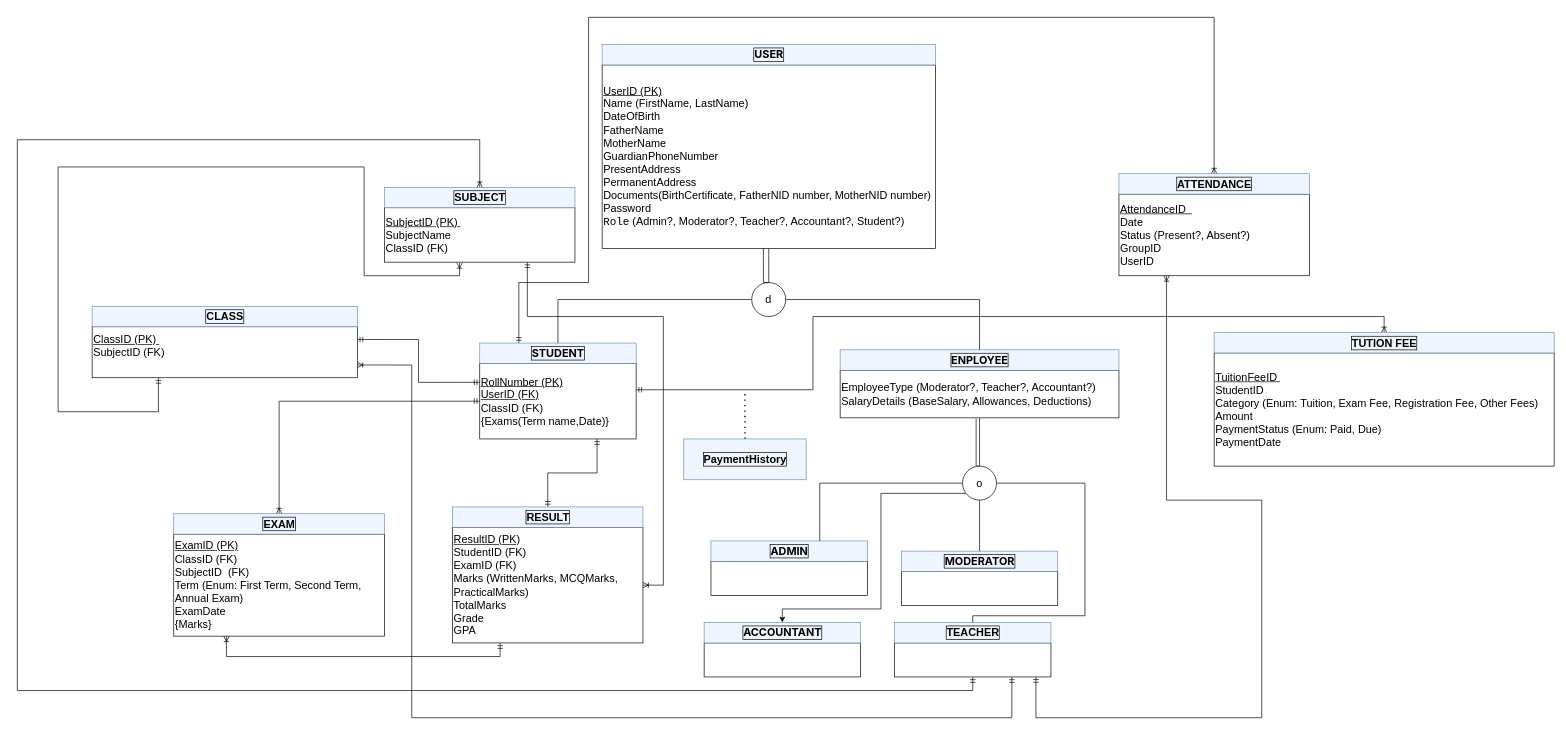
Above: ERD.drawio in Shahduzzaman/School_Management_Web_Application (draw.io), before the change. Source tidied: cells renumbered, new cells numbered last; positions are measured from the earlier drawing's top-left corner, leaving out a move shared by most shapes. Both pictures are drawn from the tidied source at 68%, with x=0, y=0 at pixel (17, 17).
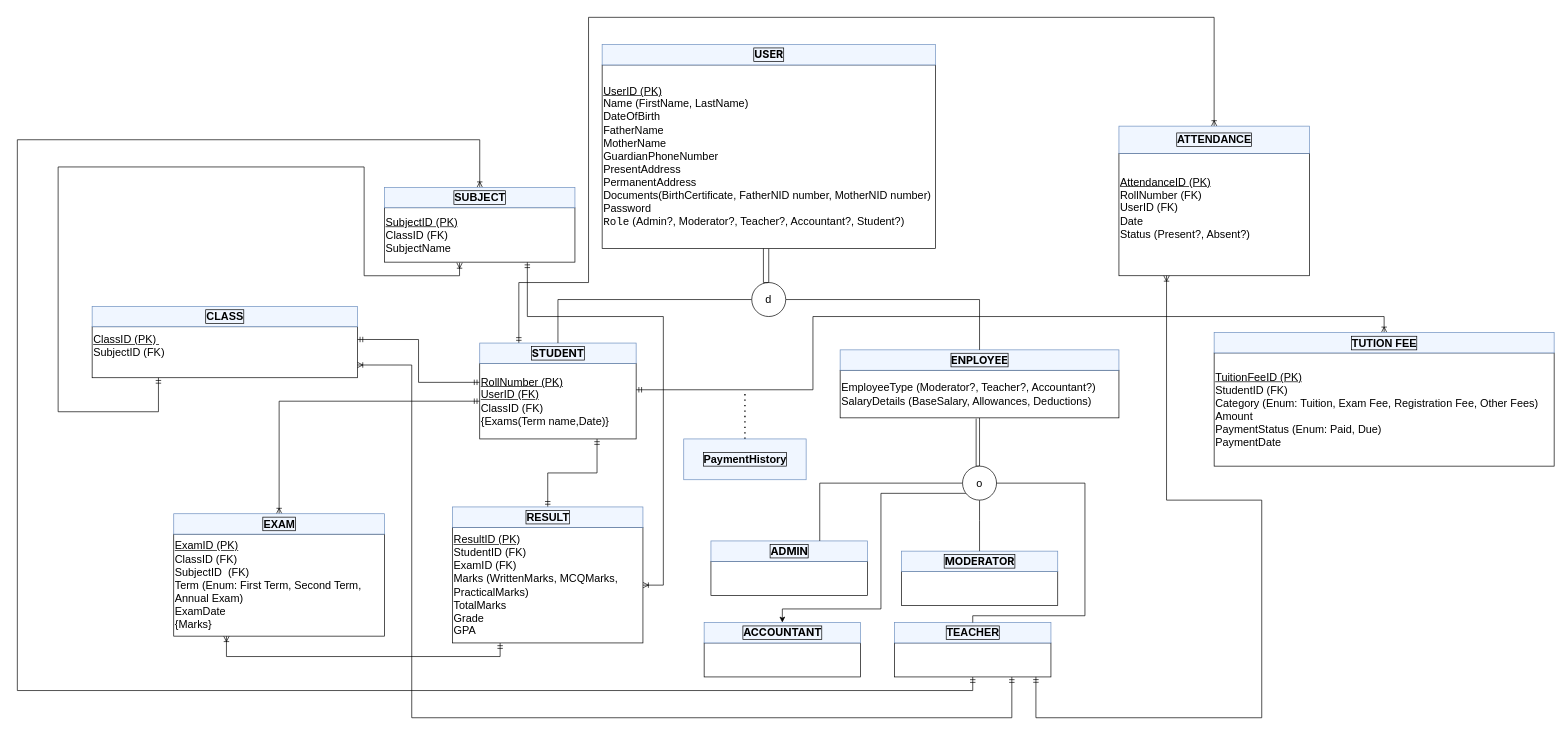
After the change.

The edit, as a diff of the source:
```diff
@@
-    <mxCell id="23" value="&lt;div style=&quot;font-size: 16px;&quot;&gt;&lt;u style=&quot;font-size: 16px;&quot;&gt;SubjectID (PK)&amp;nbsp;&lt;/u&gt;&lt;/div&gt;&lt;div style=&quot;font-size: 16px;&quot;&gt;SubjectName&amp;nbsp;&lt;/div&gt;&lt;div style=&quot;font-size: 16px;&quot;&gt;ClassID (FK)&lt;/div&gt;" style="rounded=0;whiteSpace=wrap;html=1;align=left;fontSize=16;" parent="1" vertex="1">
+    <mxCell id="23" value="&lt;div style=&quot;font-size: 16px;&quot;&gt;&lt;u style=&quot;font-size: 16px;&quot;&gt;SubjectID (PK)&lt;/u&gt;&lt;/div&gt;&lt;div style=&quot;font-size: 16px;&quot;&gt;&lt;span style=&quot;background-color: initial;&quot;&gt;ClassID (FK)&lt;/span&gt;&lt;/div&gt;&lt;div style=&quot;font-size: 16px;&quot;&gt;SubjectName&amp;nbsp;&lt;/div&gt;" style="rounded=0;whiteSpace=wrap;html=1;align=left;fontSize=16;" parent="1" vertex="1">
       <mxGeometry x="540" y="280" width="280" height="80" as="geometry" />
     </mxCell>
@@
-    <mxCell id="25" value="&lt;div style=&quot;font-size: 16px;&quot;&gt;&lt;u style=&quot;font-size: 16px;&quot;&gt;AttendanceID&amp;nbsp;&amp;nbsp;&lt;/u&gt;&lt;/div&gt;&lt;div style=&quot;font-size: 16px;&quot;&gt;Date&amp;nbsp;&lt;/div&gt;&lt;div style=&quot;font-size: 16px;&quot;&gt;Status (Present?, Absent?)&lt;/div&gt;&lt;div style=&quot;font-size: 16px;&quot;&gt;GroupID&amp;nbsp;&amp;nbsp;&lt;/div&gt;&lt;div style=&quot;font-size: 16px;&quot;&gt;UserID&amp;nbsp;&lt;/div&gt;" style="rounded=0;whiteSpace=wrap;html=1;align=left;fontSize=16;" parent="1" vertex="1">
-      <mxGeometry x="1620" y="260" width="280" height="120" as="geometry" />
+    <mxCell id="25" value="&lt;div style=&quot;font-size: 16px;&quot;&gt;&lt;u&gt;AttendanceID (PK)&lt;/u&gt;&lt;br&gt;&lt;/div&gt;&lt;div style=&quot;font-size: 16px;&quot;&gt;RollNumber (FK)&lt;/div&gt;&lt;div style=&quot;font-size: 16px;&quot;&gt;UserID (FK)&lt;/div&gt;&lt;div style=&quot;font-size: 16px;&quot;&gt;Date&amp;nbsp;&lt;/div&gt;&lt;div style=&quot;font-size: 16px;&quot;&gt;Status (Present?, Absent?)&lt;span style=&quot;background-color: initial;&quot;&gt;&amp;nbsp;&amp;nbsp;&lt;/span&gt;&lt;/div&gt;&lt;div style=&quot;font-size: 16px;&quot;&gt;&lt;br&gt;&lt;/div&gt;" style="rounded=0;whiteSpace=wrap;html=1;align=left;fontSize=16;" parent="1" vertex="1">
+      <mxGeometry x="1620" y="200" width="280" height="180" as="geometry" />
     </mxCell>
     <mxCell id="26" value="&lt;div style=&quot;font-size: 16px;&quot;&gt;ATTENDANCE&lt;/div&gt;" style="rounded=0;html=1;fontSize=16;fontStyle=1;align=center;fillColor=#f0f6ff;strokeColor=#6c8ebf;fontColor=#000000;labelBackgroundColor=none;labelBorderColor=default;" parent="1" vertex="1">
-      <mxGeometry x="1620" y="230" width="280" height="30" as="geometry" />
+      <mxGeometry x="1620" y="160" width="280" height="40" as="geometry" />
     </mxCell>
@@
-    <mxCell id="38" value="&lt;div style=&quot;font-size: 16px;&quot;&gt;&lt;u style=&quot;font-size: 16px;&quot;&gt;TuitionFeeID&amp;nbsp;&lt;/u&gt;&lt;/div&gt;&lt;div style=&quot;font-size: 16px;&quot;&gt;StudentID&amp;nbsp;&lt;/div&gt;&lt;div style=&quot;font-size: 16px;&quot;&gt;Category (Enum: Tuition, Exam Fee, Registration Fee, Other Fees)&lt;/div&gt;&lt;div style=&quot;font-size: 16px;&quot;&gt;Amount&lt;/div&gt;&lt;div style=&quot;font-size: 16px;&quot;&gt;PaymentStatus (Enum: Paid, Due)&lt;/div&gt;&lt;div style=&quot;font-size: 16px;&quot;&gt;PaymentDate&lt;/div&gt;" style="rounded=0;whiteSpace=wrap;html=1;align=left;fontSize=16;" parent="1" vertex="1">
+    <mxCell id="38" value="&lt;div style=&quot;font-size: 16px;&quot;&gt;&lt;u style=&quot;font-size: 16px;&quot;&gt;TuitionFeeID (PK)&lt;/u&gt;&lt;/div&gt;&lt;div style=&quot;font-size: 16px;&quot;&gt;StudentID (FK)&lt;/div&gt;&lt;div style=&quot;font-size: 16px;&quot;&gt;Category (Enum: Tuition, Exam Fee, Registration Fee, Other Fees)&lt;/div&gt;&lt;div style=&quot;font-size: 16px;&quot;&gt;Amount&lt;/div&gt;&lt;div style=&quot;font-size: 16px;&quot;&gt;PaymentStatus (Enum: Paid, Due)&lt;/div&gt;&lt;div style=&quot;font-size: 16px;&quot;&gt;PaymentDate&lt;/div&gt;" style="rounded=0;whiteSpace=wrap;html=1;align=left;fontSize=16;" parent="1" vertex="1">
       <mxGeometry x="1760" y="493.5" width="500" height="166.5" as="geometry" />
     </mxCell>
```
